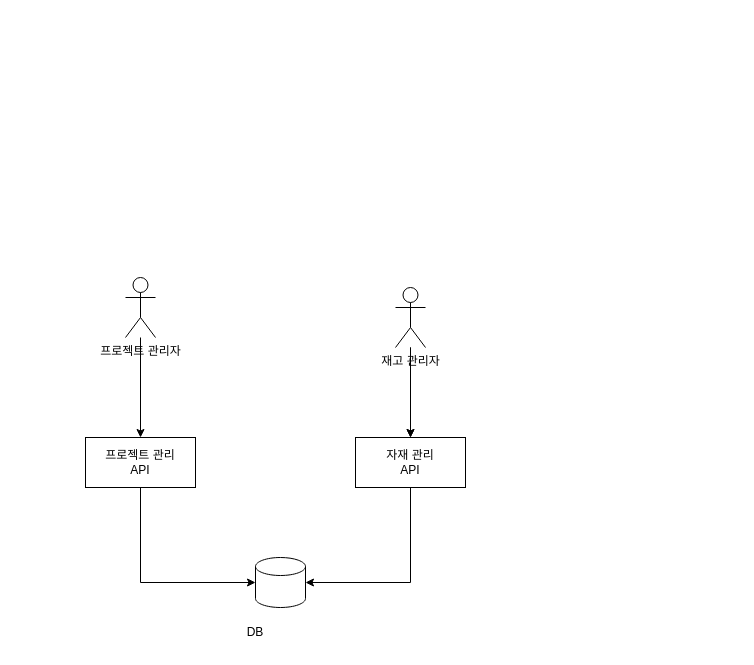
The draw.io diagram page "Context diagram" (1 of 5) of SAMS(PMS).drawio in OhcandO/SoletTop_EOS-FES, before the edit. Source tidied: cells renumbered, new cells numbered last; positions are measured from the earlier drawing's top-left corner, leaving out a move shared by most shapes. Both pictures are drawn from the tidied source at 100%, with x=0, y=0 at pixel (85, 277).
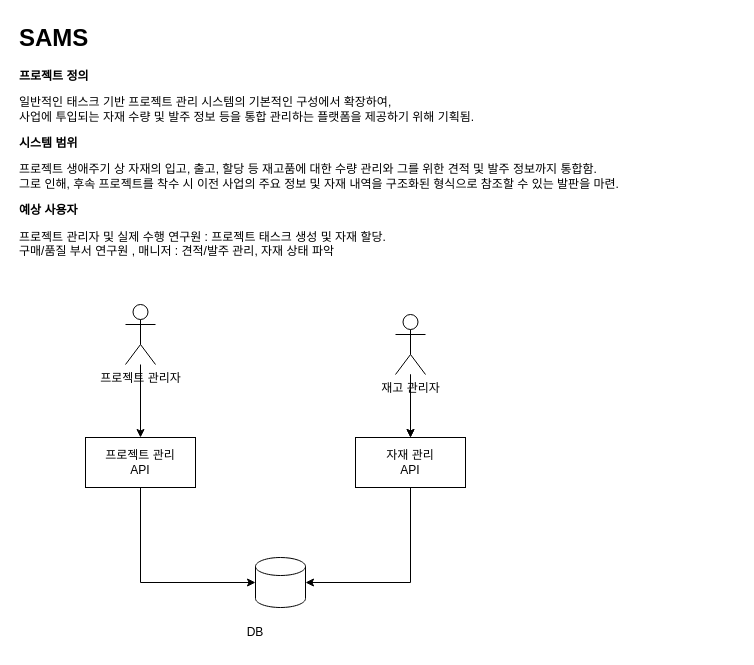
The same page after the edit.

Change to the diagram source:
```diff
@@
 <mxGraphModel>
   <root>
     <mxCell id="0" />
     <mxCell id="1" parent="0" />
     <mxCell id="2" value="프로젝트 관리&lt;br&gt;&lt;div&gt;API&lt;/div&gt;" style="html=1;whiteSpace=wrap;" parent="1" vertex="1">
       <mxGeometry y="160" width="110" height="50" as="geometry" />
     </mxCell>
     <mxCell id="3" value="자재 관리&lt;br&gt;&lt;div&gt;API&lt;/div&gt;" style="html=1;whiteSpace=wrap;" parent="1" vertex="1">
       <mxGeometry x="270" y="160" width="110" height="50" as="geometry" />
     </mxCell>
     <mxCell id="4" style="shape=cylinder3;whiteSpace=wrap;html=1;boundedLbl=1;backgroundOutline=1;size=9;" parent="1" vertex="1">
       <mxGeometry x="170" y="280" width="50" height="50" as="geometry" />
     </mxCell>
     <mxCell id="5" style="edgeStyle=orthogonalEdgeStyle;rounded=0;jettySize=auto;html=1;entryX=0.5;entryY=0;entryDx=0;entryDy=0;" parent="1" edge="1" source="6" target="2">
       <mxGeometry relative="1" as="geometry" />
     </mxCell>
     <mxCell id="6" value="프로젝트 관리자" style="shape=umlActor;verticalLabelPosition=bottom;verticalAlign=top;html=1;outlineConnect=0;" parent="1" vertex="1">
-      <mxGeometry x="40" width="30" height="60" as="geometry" />
+      <mxGeometry x="40" y="27" width="30" height="60" as="geometry" />
     </mxCell>
     <mxCell id="7" style="edgeStyle=orthogonalEdgeStyle;rounded=0;jettySize=auto;html=1;" parent="1" edge="1" source="9" target="3">
       <mxGeometry relative="1" as="geometry" />
     </mxCell>
     <mxCell id="8" style="edgeStyle=orthogonalEdgeStyle;rounded=0;jettySize=auto;html=1;" parent="1" edge="1" source="9" target="3">
       <mxGeometry relative="1" as="geometry" />
     </mxCell>
     <mxCell id="9" value="재고 관리자" style="shape=umlActor;verticalLabelPosition=bottom;verticalAlign=top;html=1;outlineConnect=0;" parent="1" vertex="1">
-      <mxGeometry x="310" y="10" width="30" height="60" as="geometry" />
+      <mxGeometry x="310" y="37" width="30" height="60" as="geometry" />
     </mxCell>
     <mxCell id="10" style="edgeStyle=orthogonalEdgeStyle;rounded=0;jettySize=auto;html=1;exitX=0.5;exitY=1;exitDx=0;exitDy=0;entryX=0;entryY=0.5;entryDx=0;entryDy=0;entryPerimeter=0;" parent="1" edge="1" source="2" target="4">
       <mxGeometry relative="1" as="geometry" />
     </mxCell>
     <mxCell id="11" style="edgeStyle=orthogonalEdgeStyle;rounded=0;jettySize=auto;html=1;exitX=0.5;exitY=1;exitDx=0;exitDy=0;entryX=1;entryY=0.5;entryDx=0;entryDy=0;entryPerimeter=0;" parent="1" edge="1" source="3" target="4">
       <mxGeometry relative="1" as="geometry" />
     </mxCell>
     <mxCell id="12" value="DB" style="text;html=1;whiteSpace=wrap;strokeColor=none;fillColor=none;align=center;verticalAlign=middle;rounded=0;" parent="1" vertex="1">
       <mxGeometry x="140" y="340" width="60" height="30" as="geometry" />
     </mxCell>
+    <mxCell id="13" value="&lt;h1 style=&quot;margin-top: 0px;&quot;&gt;SAMS&lt;/h1&gt;&lt;p&gt;&lt;b&gt;프로젝트 정의&lt;/b&gt;&lt;/p&gt;&lt;p&gt;일반적인 태스크 기반 프로젝트 관리 시스템의 기본적인 구성에서 확장하여, &lt;br&gt;사업에 투입되는 자재 수량 및 발주 정보 등을 통합 관리하는 플랫폼을 제공하기 위해 기획됨.&amp;nbsp;&lt;/p&gt;&lt;p&gt;&lt;b&gt;시스템 범위&lt;/b&gt;&lt;/p&gt;&lt;p&gt;프로젝트 생애주기 상 자재의 입고, 출고, 할당 등 재고품에 대한 수량 관리와 그를 위한 견적 및 발주 정보까지 통합함. &lt;br&gt;그로 인해, 후속 프로젝트를 착수 시 이전 사업의 주요 정보 및 자재 내역을 구조화된 형식으로 참조할 수 있는 발판을 마련.&lt;/p&gt;&lt;p&gt;&lt;b&gt;예상 사용자&lt;/b&gt;&lt;/p&gt;&lt;p&gt;프로젝트 관리자 및 실제 수행 연구원 : 프로젝트 태스크 생성 및 자재 할당. &lt;br&gt;구매/품질 부서 연구원 , 매니저 : 견적/발주 관리, 자재 상태 파악&amp;nbsp;&lt;/p&gt;" style="text;html=1;whiteSpace=wrap;overflow=hidden;rounded=0;" parent="1" vertex="1">
+      <mxGeometry x="-68" y="-260" width="720" height="250" as="geometry" />
+    </mxCell>
   </root>
 </mxGraphModel>
```
